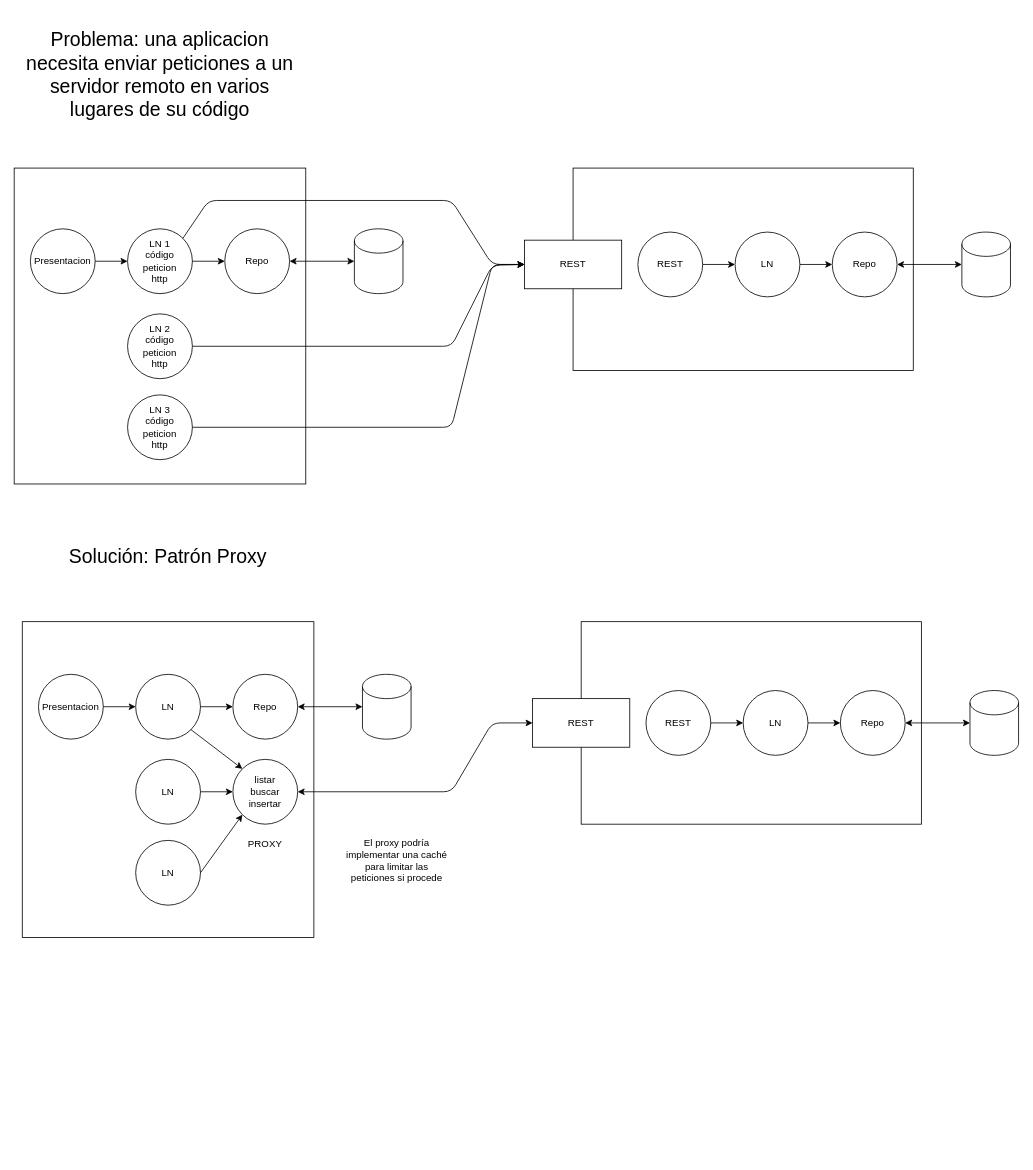
lrag/Patrones keeps this draw.io diagram as page "Página-12" (12 of 43) of patrones_2022_7.drawio. Above is the earlier version. Source tidied: cells renumbered, new cells numbered last; positions are measured from the earlier drawing's top-left corner, leaving out a move shared by most shapes. Both pictures are drawn from the tidied source at 81%, with x=0, y=0 at pixel (14, 14).
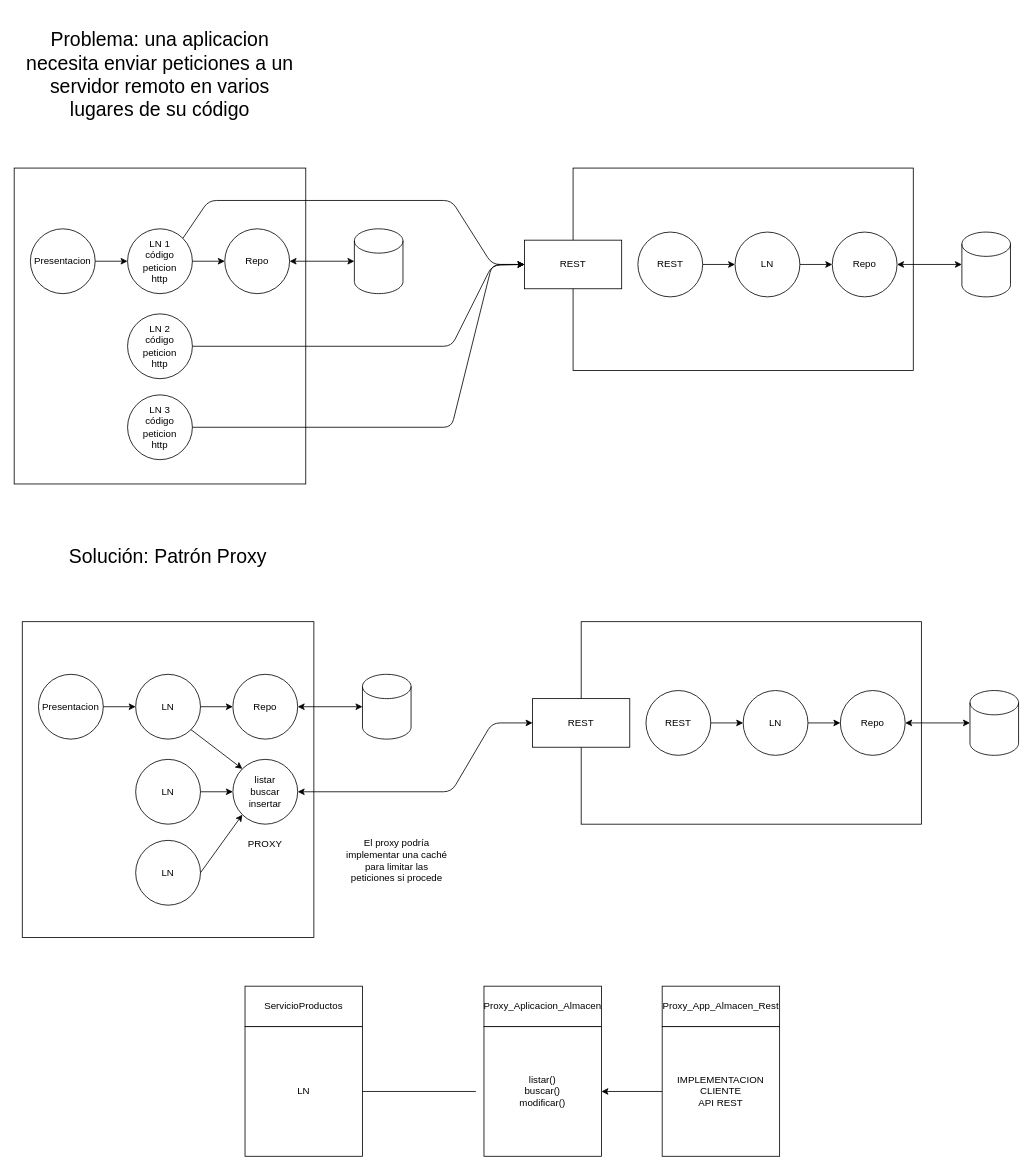
The same page after the edit.

Diff of the diagram source:
```diff
@@
+    <mxCell id="52" value="ServicioProductos" style="rounded=0;whiteSpace=wrap;html=1;" parent="1" vertex="1">
+      <mxGeometry x="285" y="1200" width="145" height="50" as="geometry" />
+    </mxCell>
+    <mxCell id="53" value="LN" style="rounded=0;whiteSpace=wrap;html=1;" parent="1" vertex="1">
+      <mxGeometry x="285" y="1250" width="145" height="160" as="geometry" />
+    </mxCell>
+    <mxCell id="54" value="Proxy_Aplicacion_Almacen" style="rounded=0;whiteSpace=wrap;html=1;" parent="1" vertex="1">
+      <mxGeometry x="580" y="1200" width="145" height="50" as="geometry" />
+    </mxCell>
+    <mxCell id="55" value="listar()&lt;br&gt;buscar()&lt;br&gt;modificar()" style="rounded=0;whiteSpace=wrap;html=1;" parent="1" vertex="1">
+      <mxGeometry x="580" y="1250" width="145" height="160" as="geometry" />
+    </mxCell>
+    <mxCell id="56" value="Proxy_App_Almacen_Rest" style="rounded=0;whiteSpace=wrap;html=1;" parent="1" vertex="1">
+      <mxGeometry x="800" y="1200" width="145" height="50" as="geometry" />
+    </mxCell>
+    <mxCell id="57" value="IMPLEMENTACION&lt;br&gt;CLIENTE&lt;br&gt;API REST" style="rounded=0;whiteSpace=wrap;html=1;" parent="1" vertex="1">
+      <mxGeometry x="800" y="1250" width="145" height="160" as="geometry" />
+    </mxCell>
+    <mxCell id="58" style="endArrow=none;html=1;rounded=0;exitX=1;exitY=0.5;exitDx=0;exitDy=0;" parent="1" edge="1" source="53">
+      <mxGeometry relative="1" as="geometry">
+        <mxPoint x="570" y="1330" as="targetPoint" />
+      </mxGeometry>
+    </mxCell>
+    <mxCell id="59" style="endArrow=classic;html=1;rounded=0;entryX=1;entryY=0.5;entryDx=0;entryDy=0;" parent="1" edge="1" source="57" target="55">
+      <mxGeometry relative="1" as="geometry" />
+    </mxCell>
```
